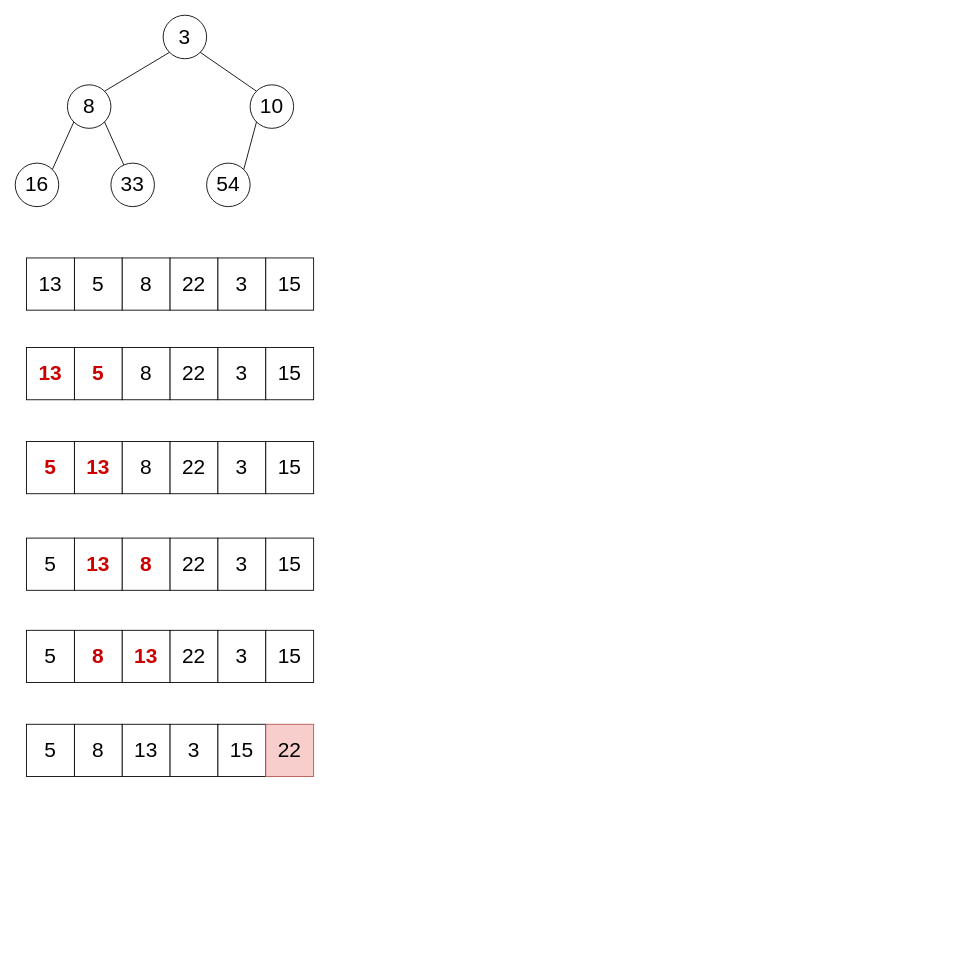
DaEunFullGrace/Algorithm keeps this draw.io diagram as img/Untitled Diagram.drawio. Above is the earlier version. Source tidied: cells renumbered, new cells numbered last; positions are measured from the earlier drawing's top-left corner, leaving out a move shared by most shapes. Both pictures are drawn from the tidied source at 87%, with x=0, y=0 at pixel (15, 15).
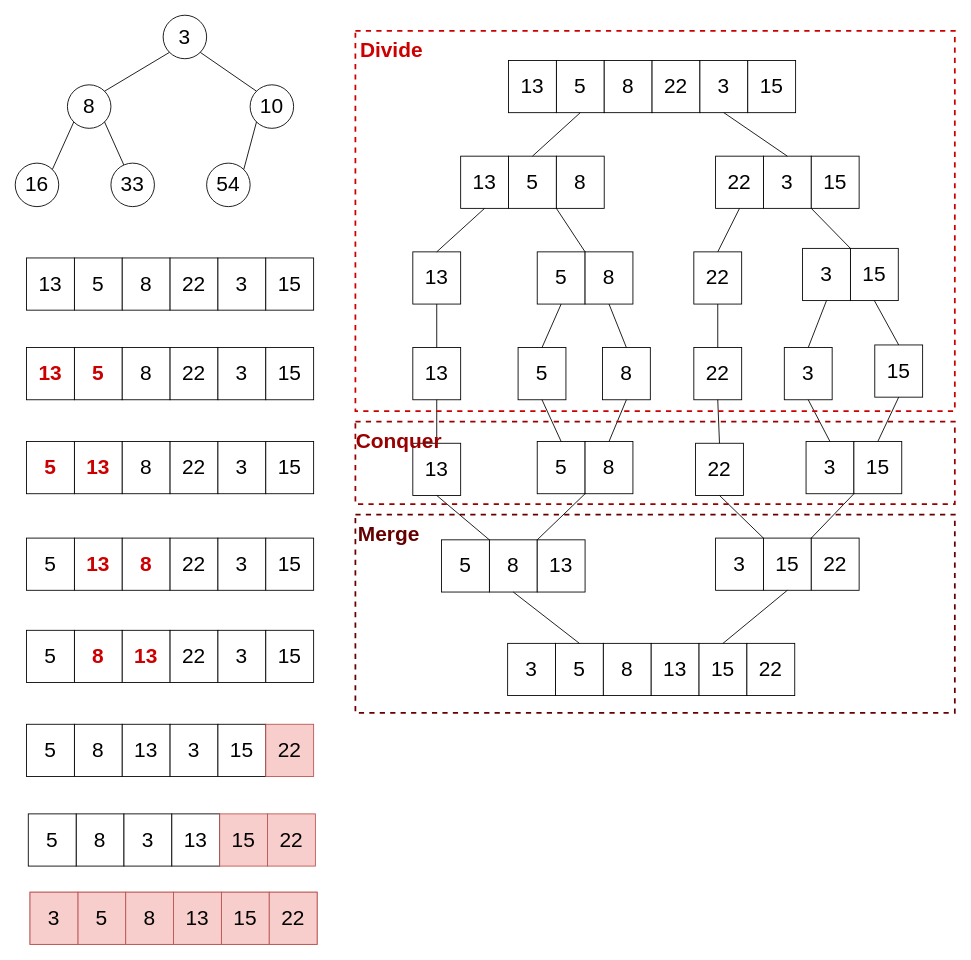
The same page after the edit.

Change to the diagram source:
```diff
@@
+    <mxCell id="55" style="group;" parent="1" vertex="1">
+      <mxGeometry x="15" y="918" width="330" height="60" as="geometry" />
+    </mxCell>
+    <mxCell id="56" value="8" style="rounded=0;whiteSpace=wrap;html=1;fontSize=24;" parent="55" vertex="1">
+      <mxGeometry x="55" width="55" height="60" as="geometry" />
+    </mxCell>
+    <mxCell id="57" value="5" style="rounded=0;whiteSpace=wrap;html=1;fontSize=24;" parent="55" vertex="1">
+      <mxGeometry width="55" height="60" as="geometry" />
+    </mxCell>
+    <mxCell id="58" value="3" style="rounded=0;whiteSpace=wrap;html=1;fontSize=24;" parent="55" vertex="1">
+      <mxGeometry x="110" width="55" height="60" as="geometry" />
+    </mxCell>
+    <mxCell id="59" value="13" style="rounded=0;whiteSpace=wrap;html=1;fontSize=24;" parent="55" vertex="1">
+      <mxGeometry x="165" width="55" height="60" as="geometry" />
+    </mxCell>
+    <mxCell id="60" value="15" style="rounded=0;whiteSpace=wrap;html=1;fontSize=24;fillColor=#f8cecc;strokeColor=#b85450;" parent="55" vertex="1">
+      <mxGeometry x="220" width="55" height="60" as="geometry" />
+    </mxCell>
+    <mxCell id="61" value="22" style="rounded=0;whiteSpace=wrap;html=1;fontSize=24;fillColor=#f8cecc;strokeColor=#b85450;" parent="55" vertex="1">
+      <mxGeometry x="275" width="55" height="60" as="geometry" />
+    </mxCell>
+    <mxCell id="62" style="group;fillColor=#f8cecc;strokeColor=#b85450;" parent="1" vertex="1">
+      <mxGeometry x="17" y="1008" width="330" height="60" as="geometry" />
+    </mxCell>
+    <mxCell id="63" value="5" style="rounded=0;whiteSpace=wrap;html=1;fontSize=24;fillColor=#f8cecc;strokeColor=#b85450;" parent="62" vertex="1">
+      <mxGeometry x="55" width="55" height="60" as="geometry" />
+    </mxCell>
+    <mxCell id="64" value="3" style="rounded=0;whiteSpace=wrap;html=1;fontSize=24;fillColor=#f8cecc;strokeColor=#b85450;" parent="62" vertex="1">
+      <mxGeometry width="55" height="60" as="geometry" />
+    </mxCell>
+    <mxCell id="65" value="8" style="rounded=0;whiteSpace=wrap;html=1;fontSize=24;fillColor=#f8cecc;strokeColor=#b85450;" parent="62" vertex="1">
+      <mxGeometry x="110" width="55" height="60" as="geometry" />
+    </mxCell>
+    <mxCell id="66" value="13" style="rounded=0;whiteSpace=wrap;html=1;fontSize=24;fillColor=#f8cecc;strokeColor=#b85450;" parent="62" vertex="1">
+      <mxGeometry x="165" width="55" height="60" as="geometry" />
+    </mxCell>
+    <mxCell id="67" value="15" style="rounded=0;whiteSpace=wrap;html=1;fontSize=24;fillColor=#f8cecc;strokeColor=#b85450;" parent="62" vertex="1">
+      <mxGeometry x="220" width="55" height="60" as="geometry" />
+    </mxCell>
+    <mxCell id="68" value="22" style="rounded=0;whiteSpace=wrap;html=1;fontSize=24;fillColor=#f8cecc;strokeColor=#b85450;" parent="62" vertex="1">
+      <mxGeometry x="275" width="55" height="60" as="geometry" />
+    </mxCell>
+    <mxCell id="69" style="group;" parent="1" vertex="1">
+      <mxGeometry x="567" y="52" width="330" height="60" as="geometry" />
+    </mxCell>
+    <mxCell id="70" value="5" style="rounded=0;whiteSpace=wrap;html=1;fontSize=24;" parent="69" vertex="1">
+      <mxGeometry x="55" width="55" height="60" as="geometry" />
+    </mxCell>
+    <mxCell id="71" value="13" style="rounded=0;whiteSpace=wrap;html=1;fontSize=24;" parent="69" vertex="1">
+      <mxGeometry width="55" height="60" as="geometry" />
+    </mxCell>
+    <mxCell id="72" value="8" style="rounded=0;whiteSpace=wrap;html=1;fontSize=24;" parent="69" vertex="1">
+      <mxGeometry x="110" width="55" height="60" as="geometry" />
+    </mxCell>
+    <mxCell id="73" value="22" style="rounded=0;whiteSpace=wrap;html=1;fontSize=24;" parent="69" vertex="1">
+      <mxGeometry x="165" width="55" height="60" as="geometry" />
+    </mxCell>
+    <mxCell id="74" value="3" style="rounded=0;whiteSpace=wrap;html=1;fontSize=24;" parent="69" vertex="1">
+      <mxGeometry x="220" width="55" height="60" as="geometry" />
+    </mxCell>
+    <mxCell id="75" value="15" style="rounded=0;whiteSpace=wrap;html=1;fontSize=24;" parent="69" vertex="1">
+      <mxGeometry x="275" width="55" height="60" as="geometry" />
+    </mxCell>
+    <mxCell id="76" value="5" style="rounded=0;whiteSpace=wrap;html=1;fontSize=24;" parent="1" vertex="1">
+      <mxGeometry x="567" y="162" width="55" height="60" as="geometry" />
+    </mxCell>
+    <mxCell id="77" value="13" style="rounded=0;whiteSpace=wrap;html=1;fontSize=24;" parent="1" vertex="1">
+      <mxGeometry x="512" y="162" width="55" height="60" as="geometry" />
+    </mxCell>
+    <mxCell id="78" value="8" style="rounded=0;whiteSpace=wrap;html=1;fontSize=24;" parent="1" vertex="1">
+      <mxGeometry x="622" y="162" width="55" height="60" as="geometry" />
+    </mxCell>
+    <mxCell id="79" value="3" style="rounded=0;whiteSpace=wrap;html=1;fontSize=24;" parent="1" vertex="1">
+      <mxGeometry x="860" y="162" width="55" height="60" as="geometry" />
+    </mxCell>
+    <mxCell id="80" value="22" style="rounded=0;whiteSpace=wrap;html=1;fontSize=24;" parent="1" vertex="1">
+      <mxGeometry x="805" y="162" width="55" height="60" as="geometry" />
+    </mxCell>
+    <mxCell id="81" value="15" style="rounded=0;whiteSpace=wrap;html=1;fontSize=24;" parent="1" vertex="1">
+      <mxGeometry x="915" y="162" width="55" height="60" as="geometry" />
+    </mxCell>
+    <mxCell id="82" value="13" style="rounded=0;whiteSpace=wrap;html=1;fontSize=24;" parent="1" vertex="1">
+      <mxGeometry x="457" y="272" width="55" height="60" as="geometry" />
+    </mxCell>
+    <mxCell id="83" value="5" style="rounded=0;whiteSpace=wrap;html=1;fontSize=24;" parent="1" vertex="1">
+      <mxGeometry x="600" y="272" width="55" height="60" as="geometry" />
+    </mxCell>
+    <mxCell id="84" value="8" style="rounded=0;whiteSpace=wrap;html=1;fontSize=24;" parent="1" vertex="1">
+      <mxGeometry x="655" y="272" width="55" height="60" as="geometry" />
+    </mxCell>
+    <mxCell id="85" value="22" style="rounded=0;whiteSpace=wrap;html=1;fontSize=24;" parent="1" vertex="1">
+      <mxGeometry x="780" y="272" width="55" height="60" as="geometry" />
+    </mxCell>
+    <mxCell id="86" value="3" style="rounded=0;whiteSpace=wrap;html=1;fontSize=24;" parent="1" vertex="1">
+      <mxGeometry x="905" y="268" width="55" height="60" as="geometry" />
+    </mxCell>
+    <mxCell id="87" value="15" style="rounded=0;whiteSpace=wrap;html=1;fontSize=24;" parent="1" vertex="1">
+      <mxGeometry x="960" y="268" width="55" height="60" as="geometry" />
+    </mxCell>
+    <mxCell id="88" value="5" style="rounded=0;whiteSpace=wrap;html=1;fontSize=24;" parent="1" vertex="1">
+      <mxGeometry x="578" y="382" width="55" height="60" as="geometry" />
+    </mxCell>
+    <mxCell id="89" value="8" style="rounded=0;whiteSpace=wrap;html=1;fontSize=24;" parent="1" vertex="1">
+      <mxGeometry x="675" y="382" width="55" height="60" as="geometry" />
+    </mxCell>
+    <mxCell id="90" value="13" style="rounded=0;whiteSpace=wrap;html=1;fontSize=24;" parent="1" vertex="1">
+      <mxGeometry x="457" y="382" width="55" height="60" as="geometry" />
+    </mxCell>
+    <mxCell id="91" value="22" style="rounded=0;whiteSpace=wrap;html=1;fontSize=24;" parent="1" vertex="1">
+      <mxGeometry x="780" y="382" width="55" height="60" as="geometry" />
+    </mxCell>
+    <mxCell id="92" value="3" style="rounded=0;whiteSpace=wrap;html=1;fontSize=24;" parent="1" vertex="1">
+      <mxGeometry x="884" y="382" width="55" height="60" as="geometry" />
+    </mxCell>
+    <mxCell id="93" value="15" style="rounded=0;whiteSpace=wrap;html=1;fontSize=24;" parent="1" vertex="1">
+      <mxGeometry x="988" y="379" width="55" height="60" as="geometry" />
+    </mxCell>
+    <mxCell id="94" value="13" style="rounded=0;whiteSpace=wrap;html=1;fontSize=24;" parent="1" vertex="1">
+      <mxGeometry x="457" y="492" width="55" height="60" as="geometry" />
+    </mxCell>
+    <mxCell id="95" value="5" style="rounded=0;whiteSpace=wrap;html=1;fontSize=24;" parent="1" vertex="1">
+      <mxGeometry x="600" y="490" width="55" height="60" as="geometry" />
+    </mxCell>
+    <mxCell id="96" value="8" style="rounded=0;whiteSpace=wrap;html=1;fontSize=24;" parent="1" vertex="1">
+      <mxGeometry x="655" y="490" width="55" height="60" as="geometry" />
+    </mxCell>
+    <mxCell id="97" value="22" style="rounded=0;whiteSpace=wrap;html=1;fontSize=24;" parent="1" vertex="1">
+      <mxGeometry x="782" y="492" width="55" height="60" as="geometry" />
+    </mxCell>
+    <mxCell id="98" value="3" style="rounded=0;whiteSpace=wrap;html=1;fontSize=24;" parent="1" vertex="1">
+      <mxGeometry x="909" y="490" width="55" height="60" as="geometry" />
+    </mxCell>
+    <mxCell id="99" value="15" style="rounded=0;whiteSpace=wrap;html=1;fontSize=24;" parent="1" vertex="1">
+      <mxGeometry x="964" y="490" width="55" height="60" as="geometry" />
+    </mxCell>
+    <mxCell id="100" value="8" style="rounded=0;whiteSpace=wrap;html=1;fontSize=24;" parent="1" vertex="1">
+      <mxGeometry x="545" y="603" width="55" height="60" as="geometry" />
+    </mxCell>
+    <mxCell id="101" value="5" style="rounded=0;whiteSpace=wrap;html=1;fontSize=24;" parent="1" vertex="1">
+      <mxGeometry x="490" y="603" width="55" height="60" as="geometry" />
+    </mxCell>
+    <mxCell id="102" value="13" style="rounded=0;whiteSpace=wrap;html=1;fontSize=24;" parent="1" vertex="1">
+      <mxGeometry x="600" y="603" width="55" height="60" as="geometry" />
+    </mxCell>
+    <mxCell id="103" value="15" style="rounded=0;whiteSpace=wrap;html=1;fontSize=24;" parent="1" vertex="1">
+      <mxGeometry x="860" y="601" width="55" height="60" as="geometry" />
+    </mxCell>
+    <mxCell id="104" value="3" style="rounded=0;whiteSpace=wrap;html=1;fontSize=24;" parent="1" vertex="1">
+      <mxGeometry x="805" y="601" width="55" height="60" as="geometry" />
+    </mxCell>
+    <mxCell id="105" value="22" style="rounded=0;whiteSpace=wrap;html=1;fontSize=24;" parent="1" vertex="1">
+      <mxGeometry x="915" y="601" width="55" height="60" as="geometry" />
+    </mxCell>
+    <mxCell id="106" style="group;" parent="1" vertex="1">
+      <mxGeometry x="566" y="722" width="330" height="60" as="geometry" />
+    </mxCell>
+    <mxCell id="107" value="5" style="rounded=0;whiteSpace=wrap;html=1;fontSize=24;" parent="106" vertex="1">
+      <mxGeometry x="55" width="55" height="60" as="geometry" />
+    </mxCell>
+    <mxCell id="108" value="3" style="rounded=0;whiteSpace=wrap;html=1;fontSize=24;" parent="106" vertex="1">
+      <mxGeometry width="55" height="60" as="geometry" />
+    </mxCell>
+    <mxCell id="109" value="8" style="rounded=0;whiteSpace=wrap;html=1;fontSize=24;" parent="106" vertex="1">
+      <mxGeometry x="110" width="55" height="60" as="geometry" />
+    </mxCell>
+    <mxCell id="110" value="13" style="rounded=0;whiteSpace=wrap;html=1;fontSize=24;" parent="106" vertex="1">
+      <mxGeometry x="165" width="55" height="60" as="geometry" />
+    </mxCell>
+    <mxCell id="111" value="15" style="rounded=0;whiteSpace=wrap;html=1;fontSize=24;" parent="106" vertex="1">
+      <mxGeometry x="220" width="55" height="60" as="geometry" />
+    </mxCell>
+    <mxCell id="112" value="22" style="rounded=0;whiteSpace=wrap;html=1;fontSize=24;" parent="106" vertex="1">
+      <mxGeometry x="275" width="55" height="60" as="geometry" />
+    </mxCell>
+    <mxCell id="113" style="endArrow=none;html=1;entryX=0.5;entryY=1;entryDx=0;entryDy=0;exitX=0.5;exitY=0;exitDx=0;exitDy=0;" parent="1" edge="1" source="76" target="70">
+      <mxGeometry relative="1" as="geometry" />
+    </mxCell>
+    <mxCell id="114" style="endArrow=none;html=1;entryX=0.5;entryY=1;entryDx=0;entryDy=0;exitX=0.5;exitY=0;exitDx=0;exitDy=0;" parent="1" edge="1" source="79" target="74">
+      <mxGeometry relative="1" as="geometry" />
+    </mxCell>
+    <mxCell id="115" style="endArrow=none;html=1;entryX=0.5;entryY=1;entryDx=0;entryDy=0;exitX=0.5;exitY=0;exitDx=0;exitDy=0;" parent="1" edge="1" source="82" target="77">
+      <mxGeometry relative="1" as="geometry" />
+    </mxCell>
+    <mxCell id="116" style="endArrow=none;html=1;entryX=0;entryY=1;entryDx=0;entryDy=0;exitX=0;exitY=0;exitDx=0;exitDy=0;" parent="1" edge="1" source="84" target="78">
+      <mxGeometry relative="1" as="geometry" />
+    </mxCell>
+    <mxCell id="117" style="endArrow=none;html=1;entryX=0.5;entryY=1;entryDx=0;entryDy=0;exitX=0.5;exitY=0;exitDx=0;exitDy=0;" parent="1" edge="1" source="85" target="80">
+      <mxGeometry relative="1" as="geometry" />
+    </mxCell>
+    <mxCell id="118" style="endArrow=none;html=1;entryX=1;entryY=1;entryDx=0;entryDy=0;exitX=0;exitY=0;exitDx=0;exitDy=0;" parent="1" edge="1" source="87" target="79">
+      <mxGeometry relative="1" as="geometry" />
+    </mxCell>
+    <mxCell id="119" style="endArrow=none;html=1;entryX=0.5;entryY=1;entryDx=0;entryDy=0;" parent="1" edge="1" source="90" target="82">
+      <mxGeometry relative="1" as="geometry" />
+    </mxCell>
+    <mxCell id="120" style="endArrow=none;html=1;entryX=0.5;entryY=1;entryDx=0;entryDy=0;exitX=0.5;exitY=0;exitDx=0;exitDy=0;" parent="1" edge="1" source="88" target="83">
+      <mxGeometry relative="1" as="geometry" />
+    </mxCell>
+    <mxCell id="121" style="endArrow=none;html=1;entryX=0.5;entryY=1;entryDx=0;entryDy=0;exitX=0.5;exitY=0;exitDx=0;exitDy=0;" parent="1" edge="1" source="89" target="84">
+      <mxGeometry relative="1" as="geometry" />
+    </mxCell>
+    <mxCell id="122" style="endArrow=none;html=1;entryX=0.5;entryY=1;entryDx=0;entryDy=0;exitX=0.5;exitY=0;exitDx=0;exitDy=0;" parent="1" edge="1" source="91" target="85">
+      <mxGeometry relative="1" as="geometry" />
+    </mxCell>
+    <mxCell id="123" style="endArrow=none;html=1;entryX=0.5;entryY=1;entryDx=0;entryDy=0;exitX=0.5;exitY=0;exitDx=0;exitDy=0;" parent="1" edge="1" source="92" target="86">
+      <mxGeometry relative="1" as="geometry" />
+    </mxCell>
+    <mxCell id="124" style="endArrow=none;html=1;entryX=0.5;entryY=1;entryDx=0;entryDy=0;exitX=0.5;exitY=0;exitDx=0;exitDy=0;" parent="1" edge="1" source="93" target="87">
+      <mxGeometry relative="1" as="geometry" />
+    </mxCell>
+    <mxCell id="125" style="endArrow=none;html=1;entryX=0.5;entryY=1;entryDx=0;entryDy=0;exitX=0.5;exitY=0;exitDx=0;exitDy=0;" parent="1" edge="1" source="94" target="90">
+      <mxGeometry relative="1" as="geometry" />
+    </mxCell>
+    <mxCell id="126" style="endArrow=none;html=1;entryX=0.5;entryY=1;entryDx=0;entryDy=0;exitX=0.5;exitY=0;exitDx=0;exitDy=0;" parent="1" edge="1" source="95" target="88">
+      <mxGeometry relative="1" as="geometry" />
+    </mxCell>
+    <mxCell id="127" style="endArrow=none;html=1;entryX=0.5;entryY=1;entryDx=0;entryDy=0;exitX=0.5;exitY=0;exitDx=0;exitDy=0;" parent="1" edge="1" source="96" target="89">
+      <mxGeometry relative="1" as="geometry" />
+    </mxCell>
+    <mxCell id="128" style="endArrow=none;html=1;entryX=0.5;entryY=1;entryDx=0;entryDy=0;exitX=0.5;exitY=0;exitDx=0;exitDy=0;" parent="1" edge="1" source="97" target="91">
+      <mxGeometry relative="1" as="geometry" />
+    </mxCell>
+    <mxCell id="129" style="endArrow=none;html=1;entryX=0.5;entryY=1;entryDx=0;entryDy=0;exitX=0.5;exitY=0;exitDx=0;exitDy=0;" parent="1" edge="1" source="98" target="92">
+      <mxGeometry relative="1" as="geometry" />
+    </mxCell>
+    <mxCell id="130" style="endArrow=none;html=1;entryX=0.5;entryY=1;entryDx=0;entryDy=0;exitX=0.5;exitY=0;exitDx=0;exitDy=0;" parent="1" edge="1" source="99" target="93">
+      <mxGeometry relative="1" as="geometry" />
+    </mxCell>
+    <mxCell id="131" style="endArrow=none;html=1;entryX=0;entryY=0;entryDx=0;entryDy=0;exitX=0;exitY=1;exitDx=0;exitDy=0;" parent="1" edge="1" source="96" target="102">
+      <mxGeometry relative="1" as="geometry" />
+    </mxCell>
+    <mxCell id="132" style="endArrow=none;html=1;entryX=0.5;entryY=1;entryDx=0;entryDy=0;exitX=1;exitY=0;exitDx=0;exitDy=0;" parent="1" edge="1" source="101" target="94">
+      <mxGeometry relative="1" as="geometry" />
+    </mxCell>
+    <mxCell id="133" style="endArrow=none;html=1;exitX=0.5;exitY=1;exitDx=0;exitDy=0;entryX=1;entryY=0;entryDx=0;entryDy=0;" parent="1" edge="1" source="97" target="104">
+      <mxGeometry relative="1" as="geometry" />
+    </mxCell>
+    <mxCell id="134" style="endArrow=none;html=1;entryX=0;entryY=1;entryDx=0;entryDy=0;exitX=1;exitY=0;exitDx=0;exitDy=0;" parent="1" edge="1" source="103" target="99">
+      <mxGeometry relative="1" as="geometry" />
+    </mxCell>
+    <mxCell id="135" style="endArrow=none;html=1;entryX=0.5;entryY=1;entryDx=0;entryDy=0;exitX=0.5;exitY=0;exitDx=0;exitDy=0;" parent="1" edge="1" source="107" target="100">
+      <mxGeometry relative="1" as="geometry" />
+    </mxCell>
+    <mxCell id="136" style="endArrow=none;html=1;entryX=0.5;entryY=1;entryDx=0;entryDy=0;exitX=0.5;exitY=0;exitDx=0;exitDy=0;" parent="1" edge="1" source="111" target="103">
+      <mxGeometry relative="1" as="geometry" />
+    </mxCell>
+    <mxCell id="137" style="rounded=0;whiteSpace=wrap;html=1;fillColor=none;dashed=1;strokeWidth=2;strokeColor=#CC0000;" parent="1" vertex="1">
+      <mxGeometry x="391" y="18" width="689" height="437" as="geometry" />
+    </mxCell>
+    <mxCell id="138" style="rounded=0;whiteSpace=wrap;html=1;fillColor=none;dashed=1;strokeWidth=2;strokeColor=#660000;" parent="1" vertex="1">
+      <mxGeometry x="391" y="574" width="689" height="228" as="geometry" />
+    </mxCell>
+    <mxCell id="139" style="rounded=0;whiteSpace=wrap;html=1;fillColor=none;dashed=1;strokeWidth=2;strokeColor=#990000;" parent="1" vertex="1">
+      <mxGeometry x="391" y="467" width="689" height="95" as="geometry" />
+    </mxCell>
+    <mxCell id="140" value="&amp;nbsp;&lt;font color=&quot;#CC0000&quot;&gt;&lt;b&gt;&lt;font style=&quot;font-size: 24px&quot;&gt;Divide&lt;/font&gt;&lt;/b&gt;&lt;/font&gt;" style="text;html=1;strokeColor=none;fillColor=none;align=center;verticalAlign=middle;whiteSpace=wrap;rounded=0;dashed=1;" parent="1" vertex="1">
+      <mxGeometry x="391" y="18" width="80" height="45" as="geometry" />
+    </mxCell>
+    <mxCell id="141" value="&amp;nbsp;&lt;font color=&quot;#990000&quot;&gt;&lt;b&gt;&lt;font style=&quot;font-size: 24px&quot;&gt;Conquer&lt;/font&gt;&lt;/b&gt;&lt;/font&gt;" style="text;html=1;strokeColor=none;fillColor=none;align=center;verticalAlign=middle;whiteSpace=wrap;rounded=0;dashed=1;" parent="1" vertex="1">
+      <mxGeometry x="391" y="467" width="97" height="45" as="geometry" />
+    </mxCell>
+    <mxCell id="142" value="&amp;nbsp;&lt;font style=&quot;font-size: 24px&quot; color=&quot;#660000&quot;&gt;&lt;b&gt;Merge&lt;/b&gt;&lt;/font&gt;" style="text;html=1;strokeColor=none;fillColor=none;align=center;verticalAlign=middle;whiteSpace=wrap;rounded=0;dashed=1;" parent="1" vertex="1">
+      <mxGeometry x="391" y="574" width="74" height="45" as="geometry" />
+    </mxCell>
```
